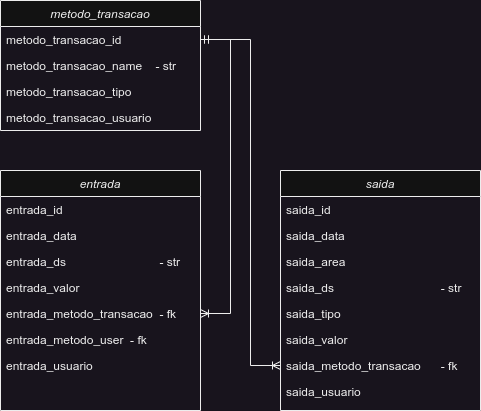
Antonio-Neves/my-money-management keeps this draw.io diagram as utils/my-money-management.drawio.png. Above is the earlier version. Source tidied: cells renumbered, new cells last; positions are measured from the earlier drawing's top-left corner, leaving out a move shared by most shapes.
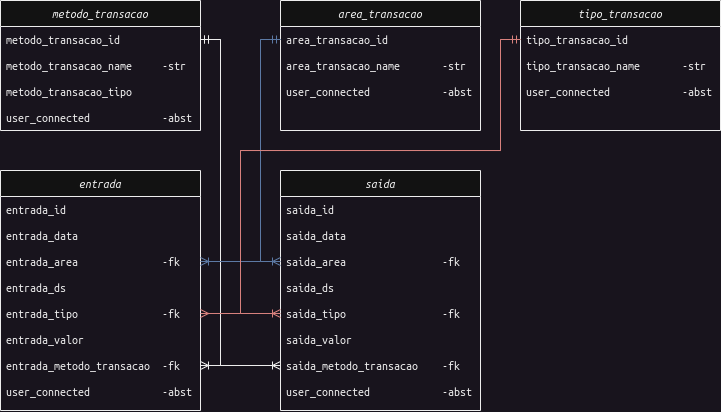
After the change.

What changed in the source:
```diff
@@ -2,92 +2,148 @@
   <root>
     <mxCell id="0" />
     <mxCell id="1" parent="0" />
-    <mxCell id="2" value="metodo_transacao" style="swimlane;fontStyle=2;align=center;verticalAlign=top;horizontal=1;startSize=26;rounded=0;shadow=0;strokeWidth=1;" parent="1" vertex="1">
+    <mxCell id="2" value="metodo_transacao" style="swimlane;fontStyle=2;align=center;verticalAlign=top;horizontal=1;startSize=26;rounded=0;shadow=0;strokeWidth=1;fontFamily=Ubuntu Mono;" parent="1" vertex="1">
       <mxGeometry width="200" height="130" as="geometry" />
     </mxCell>
-    <mxCell id="3" value="metodo_transacao_id" style="text;align=left;verticalAlign=top;spacingLeft=4;spacingRight=4;overflow=hidden;points=[[0,0.5],[1,0.5]];portConstraint=eastwest;" parent="2" vertex="1">
+    <mxCell id="3" value="metodo_transacao_id" style="text;align=left;verticalAlign=top;spacingLeft=4;spacingRight=4;overflow=hidden;points=[[0,0.5],[1,0.5]];portConstraint=eastwest;fontFamily=Ubuntu Mono;" parent="2" vertex="1">
       <mxGeometry y="26" width="200" height="26" as="geometry" />
     </mxCell>
-    <mxCell id="4" value="metodo_transacao_name    - str" style="text;align=left;verticalAlign=top;spacingLeft=4;spacingRight=4;overflow=hidden;rounded=0;shadow=0;html=0;" parent="2" vertex="1">
+    <mxCell id="4" value="metodo_transacao_name     -str" style="text;align=left;verticalAlign=top;spacingLeft=4;spacingRight=4;overflow=hidden;rounded=0;shadow=0;html=0;fontFamily=Ubuntu Mono;" parent="2" vertex="1">
       <mxGeometry y="52" width="200" height="26" as="geometry" />
     </mxCell>
-    <mxCell id="5" value="metodo_transacao_tipo" style="text;align=left;verticalAlign=top;spacingLeft=4;spacingRight=4;overflow=hidden;rounded=0;shadow=0;html=0;" parent="2" vertex="1">
+    <mxCell id="5" value="metodo_transacao_tipo" style="text;align=left;verticalAlign=top;spacingLeft=4;spacingRight=4;overflow=hidden;rounded=0;shadow=0;html=0;fontFamily=Ubuntu Mono;" parent="2" vertex="1">
       <mxGeometry y="78" width="200" height="26" as="geometry" />
     </mxCell>
-    <mxCell id="6" value="metodo_transacao_usuario" style="text;align=left;verticalAlign=top;spacingLeft=4;spacingRight=4;overflow=hidden;rounded=0;shadow=0;html=0;" parent="2" vertex="1">
+    <mxCell id="6" value="user_connected            -abst" style="text;align=left;verticalAlign=top;spacingLeft=4;spacingRight=4;overflow=hidden;rounded=0;shadow=0;html=0;fontFamily=Ubuntu Mono;" parent="2" vertex="1">
       <mxGeometry y="104" width="200" height="26" as="geometry" />
     </mxCell>
-    <mxCell id="7" value="entrada" style="swimlane;fontStyle=2;align=center;verticalAlign=top;horizontal=1;startSize=26;rounded=0;shadow=0;strokeWidth=1;" parent="1" vertex="1">
+    <mxCell id="7" value="entrada" style="swimlane;fontStyle=2;align=center;verticalAlign=top;horizontal=1;startSize=26;rounded=0;shadow=0;strokeWidth=1;fontFamily=Ubuntu Mono;" parent="1" vertex="1">
       <mxGeometry y="170" width="200" height="240" as="geometry" />
     </mxCell>
-    <mxCell id="8" value="entrada_id" style="text;align=left;verticalAlign=top;spacingLeft=4;spacingRight=4;overflow=hidden;" parent="7" vertex="1">
+    <mxCell id="8" value="entrada_id" style="text;align=left;verticalAlign=top;spacingLeft=4;spacingRight=4;overflow=hidden;fontFamily=Ubuntu Mono;" parent="7" vertex="1">
       <mxGeometry y="26" width="200" height="26" as="geometry" />
     </mxCell>
-    <mxCell id="9" value="entrada_data                           " style="text;align=left;verticalAlign=top;spacingLeft=4;spacingRight=4;overflow=hidden;" parent="7" vertex="1">
+    <mxCell id="9" value="entrada_data                           " style="text;align=left;verticalAlign=top;spacingLeft=4;spacingRight=4;overflow=hidden;fontFamily=Ubuntu Mono;" parent="7" vertex="1">
       <mxGeometry y="52" width="200" height="26" as="geometry" />
     </mxCell>
+    <mxCell id="26" value="entrada_area              -fk" style="text;align=left;verticalAlign=top;spacingLeft=4;spacingRight=4;overflow=hidden;points=[[0,0.5],[1,0.5]];portConstraint=eastwest;rounded=0;shadow=0;html=0;fontFamily=Ubuntu Mono;" parent="7" vertex="1">
+      <mxGeometry y="78" width="200" height="26" as="geometry" />
+    </mxCell>
-    <mxCell id="10" value="entrada_ds                            - str" style="text;align=left;verticalAlign=top;spacingLeft=4;spacingRight=4;overflow=hidden;rounded=0;shadow=0;html=0;" parent="7" vertex="1">
-      <mxGeometry y="78" width="200" height="26" as="geometry" />
+    <mxCell id="10" value="entrada_ds                            - str" style="text;align=left;verticalAlign=top;spacingLeft=4;spacingRight=4;overflow=hidden;rounded=0;shadow=0;html=0;fontFamily=Ubuntu Mono;" parent="7" vertex="1">
+      <mxGeometry y="104" width="200" height="26" as="geometry" />
     </mxCell>
+    <mxCell id="27" value="entrada_tipo              -fk" style="text;align=left;verticalAlign=top;spacingLeft=4;spacingRight=4;overflow=hidden;points=[[0,0.5],[1,0.5]];portConstraint=eastwest;rounded=0;shadow=0;html=0;fontFamily=Ubuntu Mono;" parent="7" vertex="1">
+      <mxGeometry y="130" width="200" height="26" as="geometry" />
+    </mxCell>
-    <mxCell id="11" value="entrada_valor" style="text;align=left;verticalAlign=top;spacingLeft=4;spacingRight=4;overflow=hidden;rounded=0;shadow=0;html=0;" parent="7" vertex="1">
-      <mxGeometry y="104" width="200" height="26" as="geometry" />
+    <mxCell id="11" value="entrada_valor" style="text;align=left;verticalAlign=top;spacingLeft=4;spacingRight=4;overflow=hidden;rounded=0;shadow=0;html=0;fontFamily=Ubuntu Mono;" parent="7" vertex="1">
+      <mxGeometry y="156" width="200" height="26" as="geometry" />
     </mxCell>
-    <mxCell id="12" value="entrada_metodo_transacao  - fk" style="text;align=left;verticalAlign=top;spacingLeft=4;spacingRight=4;overflow=hidden;points=[[0,0.5],[1,0.5]];portConstraint=eastwest;rounded=0;shadow=0;html=0;" parent="7" vertex="1">
-      <mxGeometry y="130" width="200" height="26" as="geometry" />
+    <mxCell id="12" value="entrada_metodo_transacao  -fk" style="text;align=left;verticalAlign=top;spacingLeft=4;spacingRight=4;overflow=hidden;points=[[0,0.5],[1,0.5]];portConstraint=eastwest;rounded=0;shadow=0;html=0;fontFamily=Ubuntu Mono;" parent="7" vertex="1">
+      <mxGeometry y="182" width="200" height="26" as="geometry" />
     </mxCell>
-    <mxCell id="13" value="entrada_metodo_user  - fk" style="text;align=left;verticalAlign=top;spacingLeft=4;spacingRight=4;overflow=hidden;rounded=0;shadow=0;html=0;" parent="7" vertex="1">
-      <mxGeometry y="156" width="200" height="26" as="geometry" />
-    </mxCell>
-    <mxCell id="14" value="entrada_usuario" style="text;align=left;verticalAlign=top;spacingLeft=4;spacingRight=4;overflow=hidden;rounded=0;shadow=0;html=0;" parent="7" vertex="1">
-      <mxGeometry y="182" width="200" height="26" as="geometry" />
+    <mxCell id="14" value="user_connected            -abst" style="text;align=left;verticalAlign=top;spacingLeft=4;spacingRight=4;overflow=hidden;rounded=0;shadow=0;html=0;fontFamily=Ubuntu Mono;" parent="7" vertex="1">
+      <mxGeometry y="208" width="200" height="26" as="geometry" />
     </mxCell>
-    <mxCell id="15" value="saida" style="swimlane;fontStyle=2;align=center;verticalAlign=top;horizontal=1;startSize=26;rounded=0;shadow=0;strokeWidth=1;" parent="1" vertex="1">
+    <mxCell id="15" value="saida" style="swimlane;fontStyle=2;align=center;verticalAlign=top;horizontal=1;startSize=26;rounded=0;shadow=0;strokeWidth=1;fontFamily=Ubuntu Mono;" parent="1" vertex="1">
       <mxGeometry x="280" y="170" width="200" height="240" as="geometry" />
     </mxCell>
-    <mxCell id="16" value="saida_id" style="text;align=left;verticalAlign=top;spacingLeft=4;spacingRight=4;overflow=hidden;" parent="15" vertex="1">
+    <mxCell id="16" value="saida_id" style="text;align=left;verticalAlign=top;spacingLeft=4;spacingRight=4;overflow=hidden;fontFamily=Ubuntu Mono;" parent="15" vertex="1">
       <mxGeometry y="26" width="200" height="26" as="geometry" />
     </mxCell>
-    <mxCell id="17" value="saida_data" style="text;align=left;verticalAlign=top;spacingLeft=4;spacingRight=4;overflow=hidden;" parent="15" vertex="1">
+    <mxCell id="17" value="saida_data" style="text;align=left;verticalAlign=top;spacingLeft=4;spacingRight=4;overflow=hidden;fontFamily=Ubuntu Mono;" parent="15" vertex="1">
       <mxGeometry y="52" width="200" height="26" as="geometry" />
     </mxCell>
-    <mxCell id="18" value="saida_area" style="text;align=left;verticalAlign=top;spacingLeft=4;spacingRight=4;overflow=hidden;points=[[0,0.5],[1,0.5]];portConstraint=eastwest;rounded=0;shadow=0;html=0;" parent="15" vertex="1">
+    <mxCell id="18" value="saida_area                -fk" style="text;align=left;verticalAlign=top;spacingLeft=4;spacingRight=4;overflow=hidden;points=[[0,0.5],[1,0.5]];portConstraint=eastwest;rounded=0;shadow=0;html=0;fontFamily=Ubuntu Mono;" parent="15" vertex="1">
       <mxGeometry y="78" width="200" height="26" as="geometry" />
     </mxCell>
-    <mxCell id="19" value="saida_ds                                - str" style="text;align=left;verticalAlign=top;spacingLeft=4;spacingRight=4;overflow=hidden;rounded=0;shadow=0;html=0;" parent="15" vertex="1">
+    <mxCell id="19" value="saida_ds                                - str" style="text;align=left;verticalAlign=top;spacingLeft=4;spacingRight=4;overflow=hidden;rounded=0;shadow=0;html=0;fontFamily=Ubuntu Mono;" parent="15" vertex="1">
       <mxGeometry y="104" width="200" height="26" as="geometry" />
     </mxCell>
-    <mxCell id="20" value="saida_tipo" style="text;align=left;verticalAlign=top;spacingLeft=4;spacingRight=4;overflow=hidden;points=[[0,0.5],[1,0.5]];portConstraint=eastwest;rounded=0;shadow=0;html=0;" parent="15" vertex="1">
+    <mxCell id="20" value="saida_tipo                -fk" style="text;align=left;verticalAlign=top;spacingLeft=4;spacingRight=4;overflow=hidden;points=[[0,0.5],[1,0.5]];portConstraint=eastwest;rounded=0;shadow=0;html=0;fontFamily=Ubuntu Mono;" parent="15" vertex="1">
       <mxGeometry y="130" width="200" height="26" as="geometry" />
     </mxCell>
-    <mxCell id="21" value="saida_valor" style="text;align=left;verticalAlign=top;spacingLeft=4;spacingRight=4;overflow=hidden;rounded=0;shadow=0;html=0;" parent="15" vertex="1">
+    <mxCell id="21" value="saida_valor" style="text;align=left;verticalAlign=top;spacingLeft=4;spacingRight=4;overflow=hidden;rounded=0;shadow=0;html=0;fontFamily=Ubuntu Mono;" parent="15" vertex="1">
       <mxGeometry y="156" width="200" height="26" as="geometry" />
     </mxCell>
-    <mxCell id="22" value="saida_metodo_transacao      - fk" style="text;align=left;verticalAlign=top;spacingLeft=4;spacingRight=4;overflow=hidden;points=[[0,0.5],[1,0.5]];portConstraint=eastwest;rounded=0;shadow=0;html=0;" parent="15" vertex="1">
+    <mxCell id="22" value="saida_metodo_transacao    -fk" style="text;align=left;verticalAlign=top;spacingLeft=4;spacingRight=4;overflow=hidden;points=[[0,0.5],[1,0.5]];portConstraint=eastwest;rounded=0;shadow=0;html=0;fontFamily=Ubuntu Mono;" parent="15" vertex="1">
       <mxGeometry y="182" width="200" height="26" as="geometry" />
     </mxCell>
-    <mxCell id="23" value="saida_usuario" style="text;align=left;verticalAlign=top;spacingLeft=4;spacingRight=4;overflow=hidden;rounded=0;shadow=0;html=0;" parent="15" vertex="1">
+    <mxCell id="23" value="user_connected            -abst" style="text;align=left;verticalAlign=top;spacingLeft=4;spacingRight=4;overflow=hidden;rounded=0;shadow=0;html=0;fontFamily=Ubuntu Mono;" parent="15" vertex="1">
       <mxGeometry y="208" width="200" height="26" as="geometry" />
     </mxCell>
-    <mxCell id="24" style="edgeStyle=entityRelationEdgeStyle;fontSize=12;html=1;endArrow=ERoneToMany;startArrow=ERmandOne;rounded=0;exitX=1;exitY=0.5;exitDx=0;exitDy=0;" parent="1" edge="1" source="3" target="12">
+    <mxCell id="24" style="edgeStyle=elbowEdgeStyle;fontSize=12;html=1;endArrow=ERoneToMany;startArrow=ERmandOne;rounded=0;exitX=1;exitY=0.5;exitDx=0;exitDy=0;fontFamily=Ubuntu Mono;" parent="1" edge="1" source="3" target="12">
       <mxGeometry relative="1" as="geometry">
         <Array as="points">
-          <mxPoint x="230" y="240" />
-          <mxPoint x="230" y="250" />
-          <mxPoint x="250" y="320" />
-          <mxPoint x="290" y="320" />
-          <mxPoint x="260" y="310" />
           <mxPoint x="220" y="200" />
-          <mxPoint x="230" y="240" />
-          <mxPoint x="240" y="250" />
         </Array>
       </mxGeometry>
     </mxCell>
-    <mxCell id="25" style="edgeStyle=elbowEdgeStyle;fontSize=12;html=1;endArrow=ERoneToMany;startArrow=ERmandOne;rounded=0;" parent="1" edge="1" source="3" target="22">
+    <mxCell id="25" style="edgeStyle=elbowEdgeStyle;fontSize=12;html=1;endArrow=ERoneToMany;startArrow=ERmandOne;rounded=0;fontFamily=Ubuntu Mono;" parent="1" edge="1" source="3" target="22">
       <mxGeometry relative="1" as="geometry">
         <Array as="points">
-          <mxPoint x="250" y="210" />
+          <mxPoint x="220" y="200" />
         </Array>
       </mxGeometry>
     </mxCell>
+    <mxCell id="28" value="area_transacao" style="swimlane;fontStyle=2;align=center;verticalAlign=top;horizontal=1;startSize=26;rounded=0;shadow=0;strokeWidth=1;fontFamily=Ubuntu Mono;" parent="1" vertex="1">
+      <mxGeometry x="280" width="200" height="130" as="geometry" />
+    </mxCell>
+    <mxCell id="29" value="area_transacao_id" style="text;align=left;verticalAlign=top;spacingLeft=4;spacingRight=4;overflow=hidden;points=[[0,0.5],[1,0.5]];portConstraint=eastwest;fontFamily=Ubuntu Mono;" parent="28" vertex="1">
+      <mxGeometry y="26" width="200" height="26" as="geometry" />
+    </mxCell>
+    <mxCell id="30" value="area_transacao_name       -str            " style="text;align=left;verticalAlign=top;spacingLeft=4;spacingRight=4;overflow=hidden;rounded=0;shadow=0;html=0;fontFamily=Ubuntu Mono;" parent="28" vertex="1">
+      <mxGeometry y="52" width="200" height="26" as="geometry" />
+    </mxCell>
+    <mxCell id="31" value="user_connected            -abst" style="text;align=left;verticalAlign=top;spacingLeft=4;spacingRight=4;overflow=hidden;rounded=0;shadow=0;html=0;fontFamily=Ubuntu Mono;" parent="28" vertex="1">
+      <mxGeometry y="78" width="200" height="26" as="geometry" />
+    </mxCell>
+    <mxCell id="32" value="tipo_transacao" style="swimlane;fontStyle=2;align=center;verticalAlign=top;horizontal=1;startSize=26;rounded=0;shadow=0;strokeWidth=1;fontFamily=Ubuntu Mono;" parent="1" vertex="1">
+      <mxGeometry x="520" width="200" height="130" as="geometry" />
+    </mxCell>
+    <mxCell id="33" value="tipo_transacao_id" style="text;align=left;verticalAlign=top;spacingLeft=4;spacingRight=4;overflow=hidden;points=[[0,0.5],[1,0.5]];portConstraint=eastwest;fontFamily=Ubuntu Mono;" parent="32" vertex="1">
+      <mxGeometry y="26" width="200" height="26" as="geometry" />
+    </mxCell>
+    <mxCell id="34" value="tipo_transacao_name       -str" style="text;align=left;verticalAlign=top;spacingLeft=4;spacingRight=4;overflow=hidden;rounded=0;shadow=0;html=0;fontFamily=Ubuntu Mono;" parent="32" vertex="1">
+      <mxGeometry y="52" width="200" height="26" as="geometry" />
+    </mxCell>
+    <mxCell id="35" value="user_connected            -abst" style="text;align=left;verticalAlign=top;spacingLeft=4;spacingRight=4;overflow=hidden;rounded=0;shadow=0;html=0;fontFamily=Ubuntu Mono;" parent="32" vertex="1">
+      <mxGeometry y="78" width="200" height="26" as="geometry" />
+    </mxCell>
+    <mxCell id="36" style="edgeStyle=orthogonalEdgeStyle;fontSize=12;html=1;endArrow=ERoneToMany;startArrow=ERmandOne;rounded=0;exitX=0;exitY=0.5;exitDx=0;exitDy=0;entryX=0;entryY=0.5;entryDx=0;entryDy=0;fillColor=#dae8fc;strokeColor=#6c8ebf;" parent="1" edge="1" source="29" target="18">
+      <mxGeometry relative="1" as="geometry">
+        <Array as="points">
+          <mxPoint x="260" y="39" />
+          <mxPoint x="260" y="261" />
+        </Array>
+      </mxGeometry>
+    </mxCell>
+    <mxCell id="37" style="edgeStyle=orthogonalEdgeStyle;fontSize=12;html=1;endArrow=ERoneToMany;startArrow=ERmandOne;rounded=0;exitX=0;exitY=0.5;exitDx=0;exitDy=0;elbow=vertical;entryX=0;entryY=0.5;entryDx=0;entryDy=0;fillColor=#f8cecc;strokeColor=#b85450;" parent="1" edge="1" source="33" target="20">
+      <mxGeometry relative="1" as="geometry">
+        <Array as="points">
+          <mxPoint x="500" y="39" />
+          <mxPoint x="500" y="150" />
+          <mxPoint x="240" y="150" />
+          <mxPoint x="240" y="313" />
+        </Array>
+      </mxGeometry>
+    </mxCell>
+    <mxCell id="38" style="edgeStyle=orthogonalEdgeStyle;fontSize=12;html=1;endArrow=ERoneToMany;rounded=0;entryX=1;entryY=0.5;entryDx=0;entryDy=0;exitX=0;exitY=0.5;exitDx=0;exitDy=0;fillColor=#dae8fc;strokeColor=#6c8ebf;" parent="1" edge="1" source="29" target="26">
+      <mxGeometry relative="1" as="geometry">
+        <Array as="points">
+          <mxPoint x="260" y="39" />
+          <mxPoint x="260" y="261" />
+        </Array>
+      </mxGeometry>
+    </mxCell>
+    <mxCell id="39" style="edgeStyle=orthogonalEdgeStyle;fontSize=12;html=1;endArrow=ERmany;rounded=0;exitX=0;exitY=0.5;exitDx=0;exitDy=0;entryX=1;entryY=0.5;entryDx=0;entryDy=0;fillColor=#f8cecc;strokeColor=#b85450;" parent="1" edge="1" source="33" target="27">
+      <mxGeometry relative="1" as="geometry">
+        <Array as="points">
+          <mxPoint x="500" y="39" />
+          <mxPoint x="500" y="150" />
+          <mxPoint x="240" y="150" />
+          <mxPoint x="240" y="313" />
+        </Array>
+      </mxGeometry>
+    </mxCell>
   </root>
 </mxGraphModel>
```
